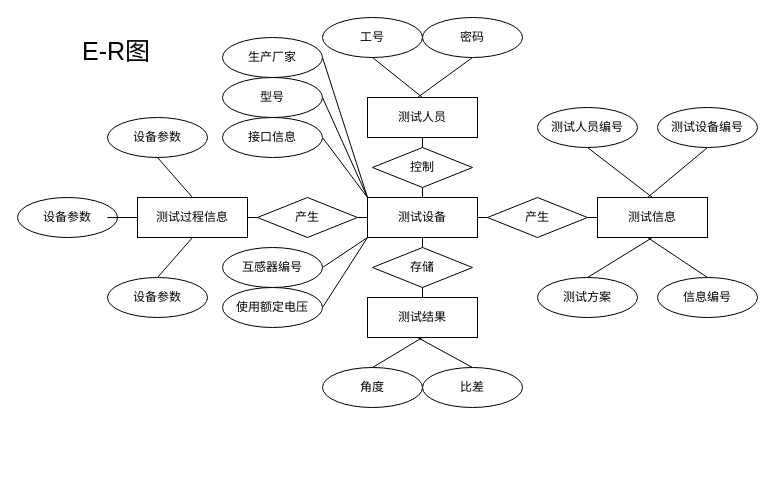
Earlier version of the draw.io diagram Untitled Diagram.drawio (The-flash-me/a5graph). Source tidied: cells renumbered, new cells numbered last; positions are measured from the earlier drawing's top-left corner, leaving out a move shared by most shapes. Both pictures are drawn from the tidied source at 100%, with x=0, y=0 at pixel (17, 17).
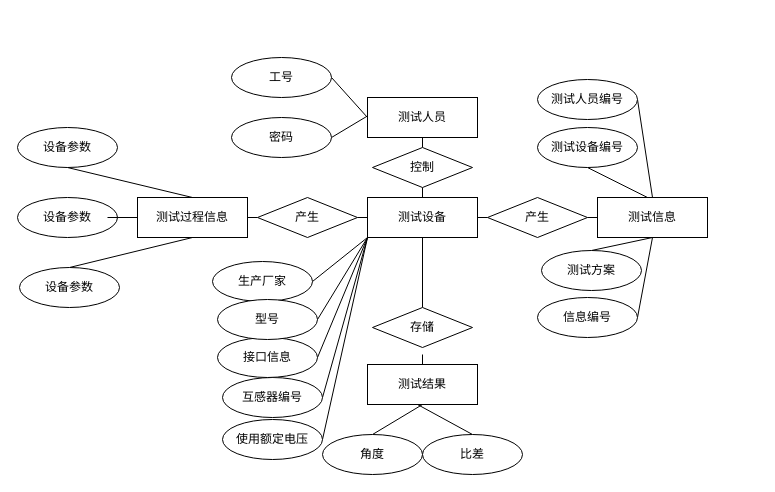
The same diagram, later.

The change refers to these unchanged cells:
```xml
<mxCell id="17" value="测试人员" style="rounded=0;whiteSpace=wrap;html=1;" parent="1" vertex="1">
  <mxGeometry x="350" y="80" width="110" height="40" as="geometry" />
</mxCell>
<mxCell id="20" value="测试信息" style="rounded=0;whiteSpace=wrap;html=1;" parent="1" vertex="1">
  <mxGeometry x="580" y="180" width="110" height="40" as="geometry" />
</mxCell>
<mxCell id="22" value="测试设备" style="rounded=0;whiteSpace=wrap;html=1;" parent="1" vertex="1">
  <mxGeometry x="350" y="180" width="110" height="40" as="geometry" />
</mxCell>
```

What changed in the source:
```diff
@@
     <mxCell id="2" value="设备参数" style="ellipse;whiteSpace=wrap;html=1;" parent="1" vertex="1">
-      <mxGeometry x="90" y="100" width="100" height="40" as="geometry" />
+      <mxGeometry y="110" width="100" height="40" as="geometry" />
     </mxCell>
@@
     <mxCell id="5" value="设备参数" style="ellipse;whiteSpace=wrap;html=1;" parent="1" vertex="1">
-      <mxGeometry x="90" y="260" width="100" height="40" as="geometry" />
+      <mxGeometry x="2" y="250" width="100" height="40" as="geometry" />
     </mxCell>
@@
-    <mxCell id="12" style="edgeStyle=none;rounded=1;jumpStyle=none;jettySize=auto;html=1;exitX=0.5;exitY=1;exitDx=0;exitDy=0;entryX=0.5;entryY=0;entryDx=0;entryDy=0;startArrow=none;endArrow=none;" parent="1" edge="1" source="13" target="17">
+    <mxCell id="12" style="edgeStyle=none;jettySize=auto;html=1;exitX=1;exitY=0.5;exitDx=0;exitDy=0;entryX=0;entryY=0.5;entryDx=0;entryDy=0;endArrow=none;" parent="1" edge="1" source="13" target="17">
       <mxGeometry relative="1" as="geometry" />
     </mxCell>
     <mxCell id="13" value="工号" style="ellipse;whiteSpace=wrap;html=1;" parent="1" vertex="1">
-      <mxGeometry x="305" width="100" height="40" as="geometry" />
+      <mxGeometry x="214" y="40" width="100" height="40" as="geometry" />
     </mxCell>
-    <mxCell id="14" style="edgeStyle=none;rounded=1;jumpStyle=none;jettySize=auto;html=1;exitX=0.5;exitY=1;exitDx=0;exitDy=0;startArrow=none;endArrow=none;" parent="1" edge="1" source="15">
-      <mxGeometry relative="1" as="geometry">
-        <mxPoint x="400" y="80" as="targetPoint" />
-      </mxGeometry>
-    </mxCell>
+    <mxCell id="52" style="edgeStyle=none;jettySize=auto;html=1;exitX=1;exitY=0.5;exitDx=0;exitDy=0;endArrow=none;" parent="1" edge="1" source="15">
+      <mxGeometry relative="1" as="geometry">
+        <mxPoint x="350.6" y="98.1" as="targetPoint" />
+      </mxGeometry>
+    </mxCell>
     <mxCell id="15" value="密码" style="ellipse;whiteSpace=wrap;html=1;" parent="1" vertex="1">
-      <mxGeometry x="405" width="100" height="40" as="geometry" />
+      <mxGeometry x="214" y="100" width="100" height="40" as="geometry" />
     </mxCell>
@@
-    <mxCell id="18" style="edgeStyle=none;rounded=1;jumpStyle=none;jettySize=auto;html=1;exitX=0.5;exitY=0;exitDx=0;exitDy=0;entryX=0.5;entryY=1;entryDx=0;entryDy=0;startArrow=none;endArrow=none;" parent="1" edge="1" source="19" target="38">
-      <mxGeometry relative="1" as="geometry" />
+    <mxCell id="18" style="edgeStyle=none;rounded=1;jumpStyle=none;jettySize=auto;html=1;exitX=0.5;exitY=0;exitDx=0;exitDy=0;entryX=0.5;entryY=1;entryDx=0;entryDy=0;startArrow=none;endArrow=none;" parent="1" edge="1" source="19">
+      <mxGeometry relative="1" as="geometry">
+        <mxPoint x="405" y="337" as="targetPoint" />
+      </mxGeometry>
     </mxCell>
     <mxCell id="19" value="测试结果" style="rounded=0;whiteSpace=wrap;html=1;" parent="1" vertex="1">
-      <mxGeometry x="350" y="280" width="110" height="40" as="geometry" />
+      <mxGeometry x="350" y="347" width="110" height="40" as="geometry" />
     </mxCell>
+    <mxCell id="53" style="edgeStyle=none;jettySize=auto;html=1;exitX=0.5;exitY=1;exitDx=0;exitDy=0;entryX=1;entryY=0.5;entryDx=0;entryDy=0;endArrow=none;" parent="1" edge="1" source="20" target="50">
+      <mxGeometry relative="1" as="geometry" />
+    </mxCell>
@@
     <mxCell id="26" value="使用额定电压" style="ellipse;whiteSpace=wrap;html=1;" parent="1" vertex="1">
-      <mxGeometry x="205" y="270" width="100" height="40" as="geometry" />
+      <mxGeometry x="205" y="402" width="100" height="40" as="geometry" />
     </mxCell>
@@
     <mxCell id="28" value="互感器编号" style="ellipse;whiteSpace=wrap;html=1;" parent="1" vertex="1">
-      <mxGeometry x="205" y="230" width="100" height="40" as="geometry" />
+      <mxGeometry x="205" y="360" width="100" height="40" as="geometry" />
     </mxCell>
-    <mxCell id="29" style="edgeStyle=none;rounded=1;jumpStyle=none;jettySize=auto;html=1;exitX=1;exitY=0.5;exitDx=0;exitDy=0;startArrow=none;endArrow=none;" parent="1" edge="1" source="30">
-      <mxGeometry relative="1" as="geometry">
-        <mxPoint x="350" y="180" as="targetPoint" />
-      </mxGeometry>
+    <mxCell id="29" style="edgeStyle=none;rounded=1;jumpStyle=none;jettySize=auto;html=1;exitX=1;exitY=0.5;exitDx=0;exitDy=0;startArrow=none;endArrow=none;entryX=0;entryY=1;entryDx=0;entryDy=0;" parent="1" edge="1" source="30" target="22">
+      <mxGeometry relative="1" as="geometry" />
     </mxCell>
     <mxCell id="30" value="接口信息" style="ellipse;whiteSpace=wrap;html=1;" parent="1" vertex="1">
-      <mxGeometry x="205" y="100" width="100" height="40" as="geometry" />
+      <mxGeometry x="200" y="320" width="100" height="40" as="geometry" />
     </mxCell>
-    <mxCell id="31" style="edgeStyle=none;rounded=1;jumpStyle=none;jettySize=auto;html=1;exitX=1;exitY=0.5;exitDx=0;exitDy=0;entryX=0;entryY=0;entryDx=0;entryDy=0;startArrow=none;endArrow=none;" parent="1" edge="1" source="32" target="22">
+    <mxCell id="31" style="edgeStyle=none;rounded=1;jumpStyle=none;jettySize=auto;html=1;exitX=1;exitY=0.5;exitDx=0;exitDy=0;entryX=0;entryY=1;entryDx=0;entryDy=0;startArrow=none;endArrow=none;" parent="1" edge="1" source="32" target="22">
       <mxGeometry relative="1" as="geometry" />
     </mxCell>
     <mxCell id="32" value="生产厂家" style="ellipse;whiteSpace=wrap;html=1;" parent="1" vertex="1">
-      <mxGeometry x="205" y="20" width="100" height="40" as="geometry" />
+      <mxGeometry x="195" y="244" width="100" height="40" as="geometry" />
     </mxCell>
-    <mxCell id="33" style="edgeStyle=none;rounded=1;jumpStyle=none;jettySize=auto;html=1;exitX=1;exitY=0.5;exitDx=0;exitDy=0;startArrow=none;endArrow=none;" parent="1" edge="1" source="34">
-      <mxGeometry relative="1" as="geometry">
-        <mxPoint x="350" y="180" as="targetPoint" />
-      </mxGeometry>
+    <mxCell id="33" style="edgeStyle=none;rounded=1;jumpStyle=none;jettySize=auto;html=1;exitX=1;exitY=0.5;exitDx=0;exitDy=0;startArrow=none;endArrow=none;entryX=0;entryY=1;entryDx=0;entryDy=0;" parent="1" edge="1" source="34" target="22">
+      <mxGeometry relative="1" as="geometry" />
     </mxCell>
     <mxCell id="34" value="型号" style="ellipse;whiteSpace=wrap;html=1;" parent="1" vertex="1">
-      <mxGeometry x="205" y="60" width="100" height="40" as="geometry" />
+      <mxGeometry x="200" y="282" width="100" height="40" as="geometry" />
     </mxCell>
@@
     <mxCell id="38" value="存储" style="rhombus;whiteSpace=wrap;html=1;" parent="1" vertex="1">
-      <mxGeometry x="355" y="230" width="100" height="40" as="geometry" />
+      <mxGeometry x="355" y="290" width="100" height="40" as="geometry" />
     </mxCell>
@@
     <mxCell id="40" value="角度" style="ellipse;whiteSpace=wrap;html=1;" parent="1" vertex="1">
-      <mxGeometry x="305" y="350" width="100" height="40" as="geometry" />
+      <mxGeometry x="305" y="417" width="100" height="40" as="geometry" />
     </mxCell>
     <mxCell id="41" style="edgeStyle=none;rounded=1;jumpStyle=none;jettySize=auto;html=1;exitX=0.5;exitY=0;exitDx=0;exitDy=0;startArrow=none;endArrow=none;" parent="1" edge="1" source="42">
       <mxGeometry relative="1" as="geometry">
-        <mxPoint x="400" y="320" as="targetPoint" />
+        <mxPoint x="400" y="387" as="targetPoint" />
       </mxGeometry>
     </mxCell>
     <mxCell id="42" value="比差" style="ellipse;whiteSpace=wrap;html=1;" parent="1" vertex="1">
-      <mxGeometry x="405" y="350" width="100" height="40" as="geometry" />
+      <mxGeometry x="405" y="417" width="100" height="40" as="geometry" />
     </mxCell>
-    <mxCell id="43" style="edgeStyle=none;rounded=1;jumpStyle=none;jettySize=auto;html=1;exitX=0.5;exitY=1;exitDx=0;exitDy=0;entryX=0.5;entryY=0;entryDx=0;entryDy=0;startArrow=none;endArrow=none;" parent="1" edge="1" source="44" target="20">
+    <mxCell id="43" style="edgeStyle=none;jettySize=auto;html=1;exitX=1;exitY=0.5;exitDx=0;exitDy=0;entryX=0.5;entryY=0;entryDx=0;entryDy=0;endArrow=none;" parent="1" edge="1" source="44" target="20">
       <mxGeometry relative="1" as="geometry" />
     </mxCell>
     <mxCell id="44" value="测试人员编号" style="ellipse;whiteSpace=wrap;html=1;" parent="1" vertex="1">
-      <mxGeometry x="520" y="90" width="100" height="40" as="geometry" />
+      <mxGeometry x="520" y="62" width="100" height="40" as="geometry" />
     </mxCell>
@@
     <mxCell id="46" value="测试设备编号" style="ellipse;whiteSpace=wrap;html=1;" parent="1" vertex="1">
-      <mxGeometry x="640" y="90" width="100" height="40" as="geometry" />
+      <mxGeometry x="520" y="110" width="100" height="40" as="geometry" />
     </mxCell>
@@
     <mxCell id="48" value="测试方案" style="ellipse;whiteSpace=wrap;html=1;" parent="1" vertex="1">
-      <mxGeometry x="520" y="260" width="100" height="40" as="geometry" />
+      <mxGeometry x="524" y="233" width="100" height="40" as="geometry" />
     </mxCell>
-    <mxCell id="49" style="edgeStyle=none;rounded=1;jumpStyle=none;jettySize=auto;html=1;exitX=0.5;exitY=0;exitDx=0;exitDy=0;startArrow=none;endArrow=none;" parent="1" edge="1" source="50">
-      <mxGeometry relative="1" as="geometry">
-        <mxPoint x="630" y="220" as="targetPoint" />
-      </mxGeometry>
-    </mxCell>
     <mxCell id="50" value="信息编号" style="ellipse;whiteSpace=wrap;html=1;" parent="1" vertex="1">
-      <mxGeometry x="640" y="260" width="100" height="40" as="geometry" />
+      <mxGeometry x="520" y="280" width="100" height="40" as="geometry" />
     </mxCell>
-    <mxCell id="51" value="&lt;font style=&quot;font-size: 25px&quot;&gt;E-R图&lt;/font&gt;" style="text;html=1;strokeColor=none;fillColor=none;align=center;verticalAlign=middle;whiteSpace=wrap;rounded=0;" parent="1" vertex="1">
-      <mxGeometry x="39" y="11" width="120" height="43" as="geometry" />
-    </mxCell>
```
